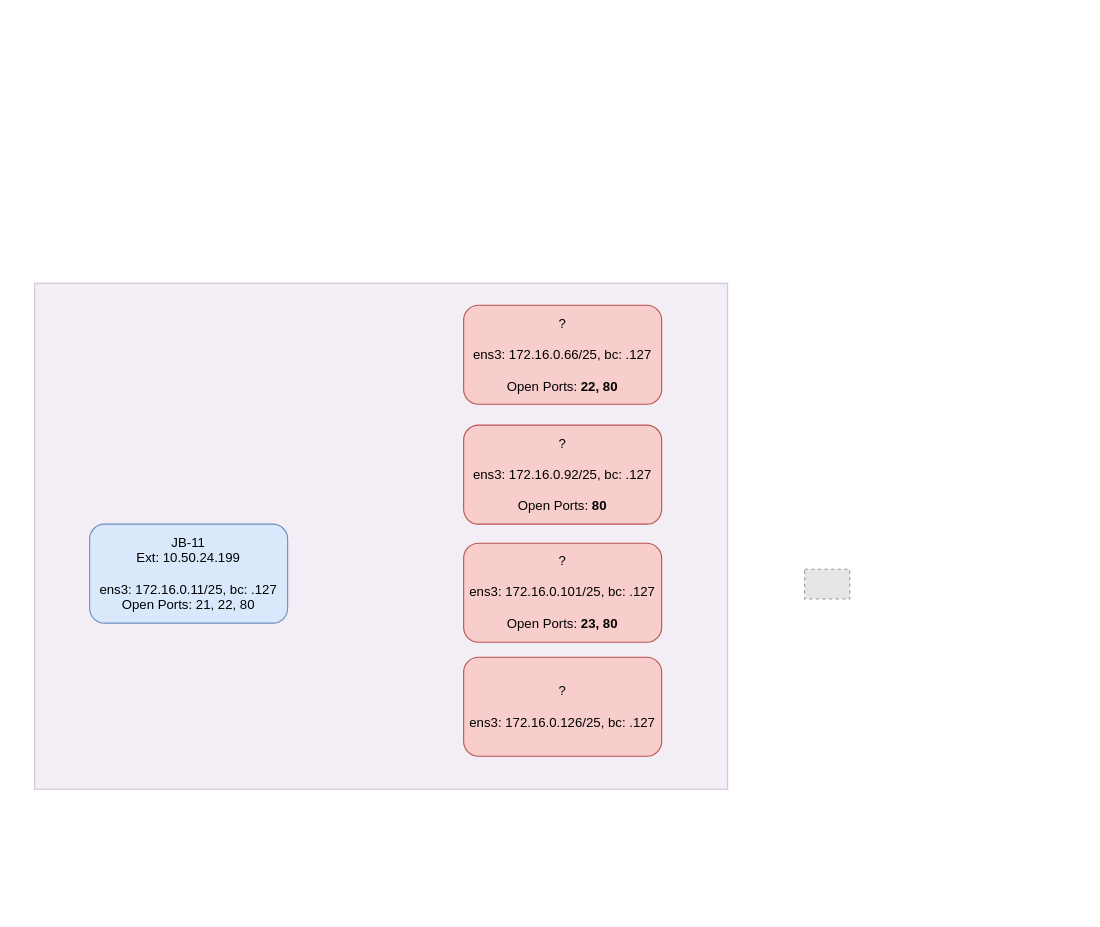
Earlier version of the draw.io diagram ctf/exam.drawio (abfarr/cctc). Source tidied: cells renumbered, new cells numbered last; positions are measured from the earlier drawing's top-left corner, leaving out a move shared by most shapes. Both pictures are drawn from the tidied source at 110%, with x=0, y=0 at pixel (34, 283). Pictures stored in the file or linked from it are replaced by grey dashed boxes.
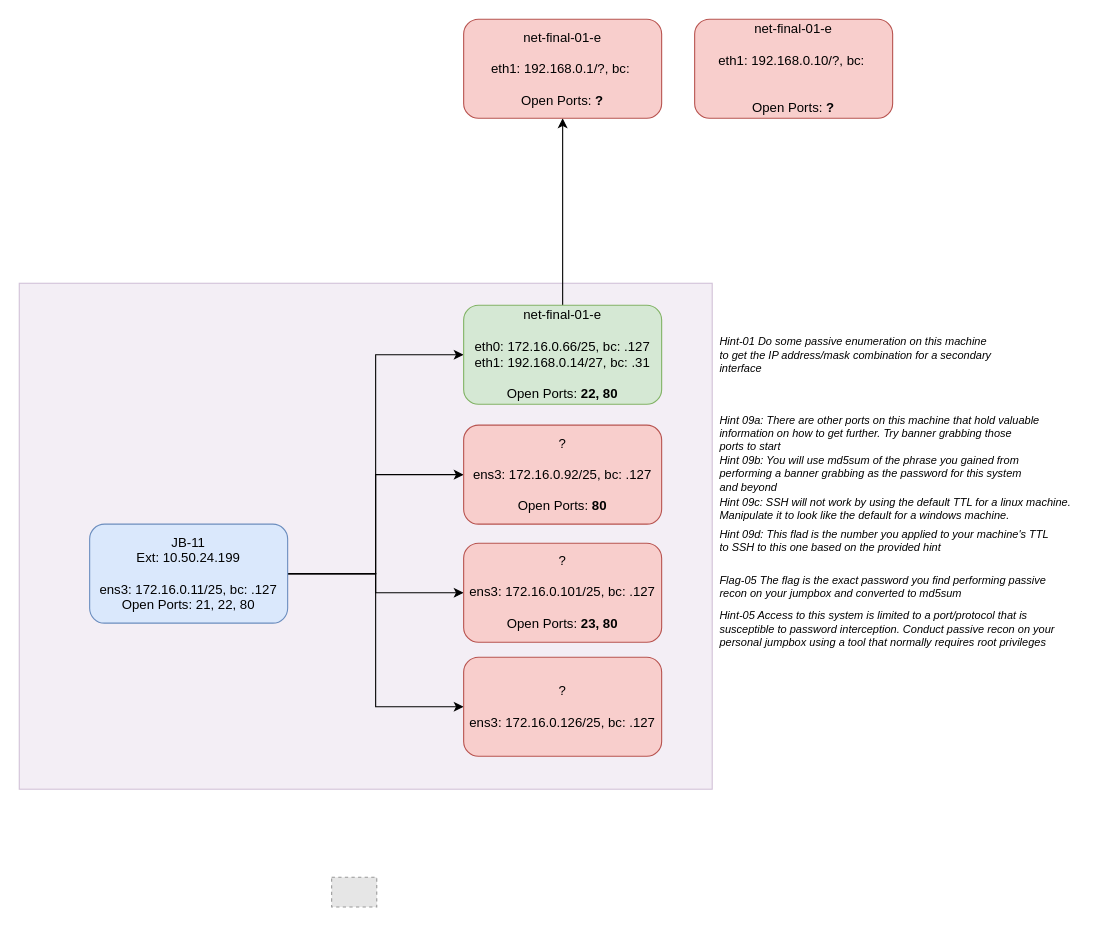
The same diagram, later.

The change refers to these unchanged cells:
```xml
<mxCell id="3" value="JB-11&lt;br&gt;Ext: 10.50.24.199&lt;br&gt;&lt;br&gt;ens3: 172.16.0.11/25, bc: .127&lt;br&gt;Open Ports: 21, 22, 80" style="rounded=1;whiteSpace=wrap;html=1;fillColor=#dae8fc;strokeColor=#6c8ebf;" parent="1" vertex="1">
  <mxGeometry x="50" y="219" width="180" height="90" as="geometry" />
</mxCell>
<mxCell id="4" value="?&lt;br&gt;&lt;br&gt;ens3: 172.16.0.101/25, bc: .127&lt;br&gt;&lt;br&gt;Open Ports: &lt;b&gt;23, 80&lt;/b&gt;" style="rounded=1;whiteSpace=wrap;html=1;fillColor=#f8cecc;strokeColor=#b85450;" parent="1" vertex="1">
  <mxGeometry x="390" y="236.4" width="180" height="90" as="geometry" />
</mxCell>
<mxCell id="6" value="?&lt;br&gt;&lt;br&gt;ens3: 172.16.0.126/25, bc: .127" style="rounded=1;whiteSpace=wrap;html=1;fillColor=#f8cecc;strokeColor=#b85450;" parent="1" vertex="1">
  <mxGeometry x="390" y="340" width="180" height="90" as="geometry" />
</mxCell>
<mxCell id="8" value="?&lt;br&gt;&lt;br&gt;ens3: 172.16.0.92/25, bc: .127&lt;br&gt;&lt;br&gt;Open Ports: &lt;b&gt;80&lt;/b&gt;" style="rounded=1;whiteSpace=wrap;html=1;fillColor=#f8cecc;strokeColor=#b85450;" parent="1" vertex="1">
  <mxGeometry x="390" y="129" width="180" height="90" as="geometry" />
</mxCell>
```

What changed in the source:
```diff
@@
     <mxCell id="2" style="rounded=0;whiteSpace=wrap;html=1;fillColor=#e1d5e7;strokeColor=#9673a6;opacity=40;" parent="1" vertex="1">
-      <mxGeometry width="630" height="460" as="geometry" />
+      <mxGeometry x="-14" width="630" height="460" as="geometry" />
     </mxCell>
+    <mxCell id="9" style="edgeStyle=orthogonalEdgeStyle;rounded=0;jettySize=auto;html=1;exitX=1;exitY=0.5;exitDx=0;exitDy=0;entryX=0;entryY=0.5;entryDx=0;entryDy=0;fontSize=10;" parent="1" edge="1" source="3" target="7">
+      <mxGeometry relative="1" as="geometry" />
+    </mxCell>
+    <mxCell id="10" style="edgeStyle=orthogonalEdgeStyle;rounded=0;jettySize=auto;html=1;exitX=1;exitY=0.5;exitDx=0;exitDy=0;fontSize=10;" parent="1" edge="1" source="3" target="8">
+      <mxGeometry relative="1" as="geometry" />
+    </mxCell>
+    <mxCell id="11" style="edgeStyle=orthogonalEdgeStyle;rounded=0;jettySize=auto;html=1;exitX=1;exitY=0.5;exitDx=0;exitDy=0;entryX=0;entryY=0.5;entryDx=0;entryDy=0;fontSize=10;" parent="1" edge="1" source="3" target="4">
+      <mxGeometry relative="1" as="geometry" />
+    </mxCell>
+    <mxCell id="12" style="edgeStyle=orthogonalEdgeStyle;rounded=0;jettySize=auto;html=1;exitX=1;exitY=0.5;exitDx=0;exitDy=0;entryX=0;entryY=0.5;entryDx=0;entryDy=0;fontSize=10;" parent="1" edge="1" source="3" target="6">
+      <mxGeometry relative="1" as="geometry" />
+    </mxCell>
@@
     <mxCell id="5" style="fillColor=#E6E6E6;strokeColor=#999999;dashed=1;verticalLabelPosition=bottom;labelBackgroundColor=default;verticalAlign=top;" parent="1" vertex="1">
-      <mxGeometry x="700" y="260" width="41" height="27.1" as="geometry" />
+      <mxGeometry x="270" y="540" width="41" height="27.1" as="geometry" />
     </mxCell>
@@
+    <mxCell id="13" style="edgeStyle=orthogonalEdgeStyle;rounded=0;jettySize=auto;html=1;exitX=0.5;exitY=0;exitDx=0;exitDy=0;entryX=0.5;entryY=1;entryDx=0;entryDy=0;fontSize=10;" parent="1" edge="1" source="7" target="21">
+      <mxGeometry relative="1" as="geometry" />
+    </mxCell>
-    <mxCell id="7" value="?&lt;br&gt;&lt;br&gt;ens3: 172.16.0.66/25, bc: .127&lt;br&gt;&lt;br&gt;Open Ports: &lt;b&gt;22, 80&lt;/b&gt;" style="rounded=1;whiteSpace=wrap;html=1;fillColor=#f8cecc;strokeColor=#b85450;" parent="1" vertex="1">
+    <mxCell id="7" value="net-final-01-e&lt;br&gt;&lt;br&gt;eth0: 172.16.0.66/25, bc: .127&lt;br&gt;eth1: 192.168.0.14/27, bc: .31&lt;br&gt;&lt;br&gt;Open Ports: &lt;b&gt;22, 80&lt;/b&gt;" style="rounded=1;whiteSpace=wrap;html=1;fillColor=#d5e8d4;strokeColor=#82b366;" parent="1" vertex="1">
       <mxGeometry x="390" y="20" width="180" height="90" as="geometry" />
     </mxCell>
@@
+    <mxCell id="14" value="&lt;i style=&quot;font-size: 10px;&quot;&gt;Hint-01 Do some passive enumeration on this machine&lt;br style=&quot;font-size: 10px;&quot;&gt;to get the IP address/mask combination for a secondary&lt;br style=&quot;font-size: 10px;&quot;&gt;&lt;/i&gt;&lt;div style=&quot;font-size: 10px;&quot;&gt;&lt;span style=&quot;font-size: 10px;&quot;&gt;&lt;i style=&quot;font-size: 10px;&quot;&gt;interface&lt;/i&gt;&lt;/span&gt;&lt;/div&gt;" style="text;html=1;align=left;verticalAlign=middle;strokeColor=none;fillColor=none;fontSize=10;" parent="1" vertex="1">
+      <mxGeometry x="621" y="45" width="260" height="40" as="geometry" />
+    </mxCell>
+    <mxCell id="15" value="&lt;i style=&quot;font-size: 10px&quot;&gt;Hint 09a: There are other ports on this machine that hold valuable&lt;br style=&quot;font-size: 10px&quot;&gt;information on how to get further. Try banner grabbing those&lt;br style=&quot;font-size: 10px&quot;&gt;ports to start&lt;br style=&quot;font-size: 10px&quot;&gt;&lt;/i&gt;" style="text;html=1;align=left;verticalAlign=middle;strokeColor=none;fillColor=none;fontSize=10;" parent="1" vertex="1">
+      <mxGeometry x="621" y="116" width="310" height="40" as="geometry" />
+    </mxCell>
+    <mxCell id="16" value="&lt;i style=&quot;font-size: 10px&quot;&gt;Hint 09b: You will use md5sum of the phrase you gained from&amp;nbsp;&lt;br style=&quot;font-size: 10px&quot;&gt;performing a banner grabbing as the password for this system&lt;br style=&quot;font-size: 10px&quot;&gt;and beyond&lt;br style=&quot;font-size: 10px&quot;&gt;&lt;/i&gt;" style="text;html=1;align=left;verticalAlign=middle;strokeColor=none;fillColor=none;fontSize=10;" parent="1" vertex="1">
+      <mxGeometry x="621" y="153" width="290" height="40" as="geometry" />
+    </mxCell>
+    <mxCell id="17" value="&lt;i style=&quot;font-size: 10px&quot;&gt;Hint 09c: SSH will not work by using the default TTL for a linux machine.&lt;br style=&quot;font-size: 10px&quot;&gt;Manipulate it to look like the default for a windows machine.&lt;br style=&quot;font-size: 10px&quot;&gt;&lt;/i&gt;" style="text;html=1;align=left;verticalAlign=middle;strokeColor=none;fillColor=none;fontSize=10;" parent="1" vertex="1">
+      <mxGeometry x="621" y="190" width="330" height="30" as="geometry" />
+    </mxCell>
+    <mxCell id="18" value="&lt;i style=&quot;font-size: 10px&quot;&gt;Hint 09d: This flad is the number you applied to your machine's TTL&lt;br&gt;to SSH to this one based on the provided hint&lt;br style=&quot;font-size: 10px&quot;&gt;&lt;/i&gt;" style="text;html=1;align=left;verticalAlign=middle;strokeColor=none;fillColor=none;fontSize=10;" parent="1" vertex="1">
+      <mxGeometry x="621" y="219" width="320" height="30" as="geometry" />
+    </mxCell>
+    <mxCell id="19" value="&lt;i style=&quot;font-size: 10px&quot;&gt;Flag-05 The flag is the exact password you find performing passive&lt;br&gt;recon on your jumpbox and converted to md5sum&lt;br&gt;&lt;/i&gt;" style="text;html=1;align=left;verticalAlign=middle;strokeColor=none;fillColor=none;fontSize=10;" parent="1" vertex="1">
+      <mxGeometry x="621" y="261.4" width="310" height="30" as="geometry" />
+    </mxCell>
+    <mxCell id="20" value="&lt;i style=&quot;font-size: 10px&quot;&gt;Hint-05 Access to this system is limited to a port/protocol that is&amp;nbsp;&lt;br&gt;susceptible to password interception. Conduct passive recon on your&lt;br&gt;personal jumpbox using a tool that normally requires root privileges&lt;br&gt;&lt;/i&gt;" style="text;html=1;align=left;verticalAlign=middle;strokeColor=none;fillColor=none;fontSize=10;" parent="1" vertex="1">
+      <mxGeometry x="621" y="294" width="320" height="40" as="geometry" />
+    </mxCell>
+    <mxCell id="21" value="net-final-01-e&lt;br&gt;&lt;br&gt;eth1: 192.168.0.1/?, bc:&amp;nbsp;&lt;br&gt;&lt;br&gt;Open Ports: &lt;b&gt;?&lt;/b&gt;" style="rounded=1;whiteSpace=wrap;html=1;fillColor=#f8cecc;strokeColor=#b85450;" parent="1" vertex="1">
+      <mxGeometry x="390" y="-240" width="180" height="90" as="geometry" />
+    </mxCell>
+    <mxCell id="22" value="net-final-01-e&lt;br&gt;&lt;br&gt;eth1: 192.168.0.10/?, bc:&amp;nbsp;&lt;br&gt;&lt;br&gt;&lt;br&gt;Open Ports: &lt;b&gt;?&lt;/b&gt;" style="rounded=1;whiteSpace=wrap;html=1;fillColor=#f8cecc;strokeColor=#b85450;" parent="1" vertex="1">
+      <mxGeometry x="600" y="-240" width="180" height="90" as="geometry" />
+    </mxCell>
```
